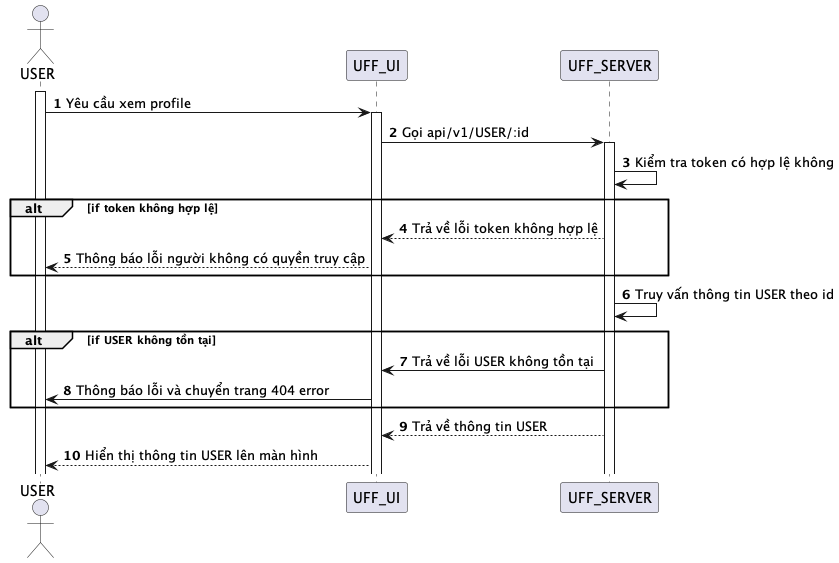
The PlantUML diagram out/SequenceDiagram/User/profile/profile.png in congdanh0101/fast-food, before a commit.
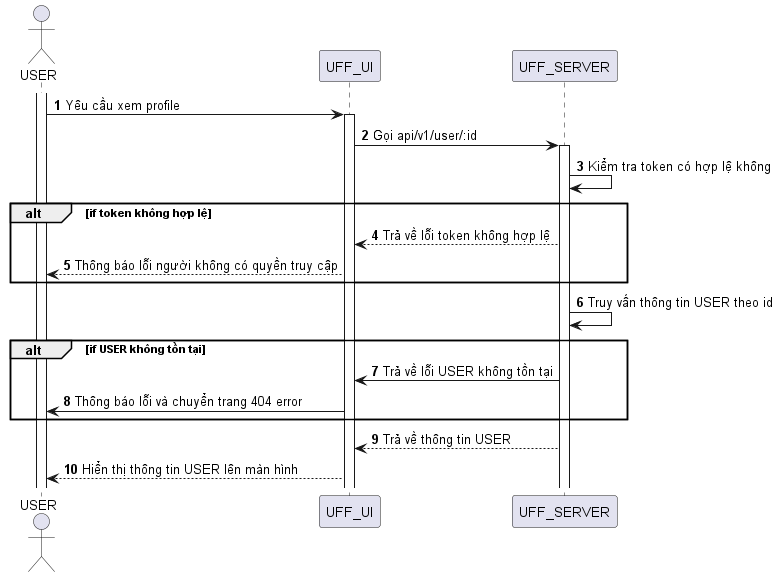
Later version of the same file.

What changed in the source:
```diff
@@ -4,7 +4,7 @@
 activate USER
 USER -> UFF_UI: Yêu cầu xem profile
 activate UFF_UI
-UFF_UI -> UFF_SERVER: Gọi api/v1/USER/:id
+UFF_UI -> UFF_SERVER: Gọi api/v1/user/:id
 activate UFF_SERVER
 UFF_SERVER -> UFF_SERVER: Kiểm tra token có hợp lệ không
 alt if token không hợp lệ
```
